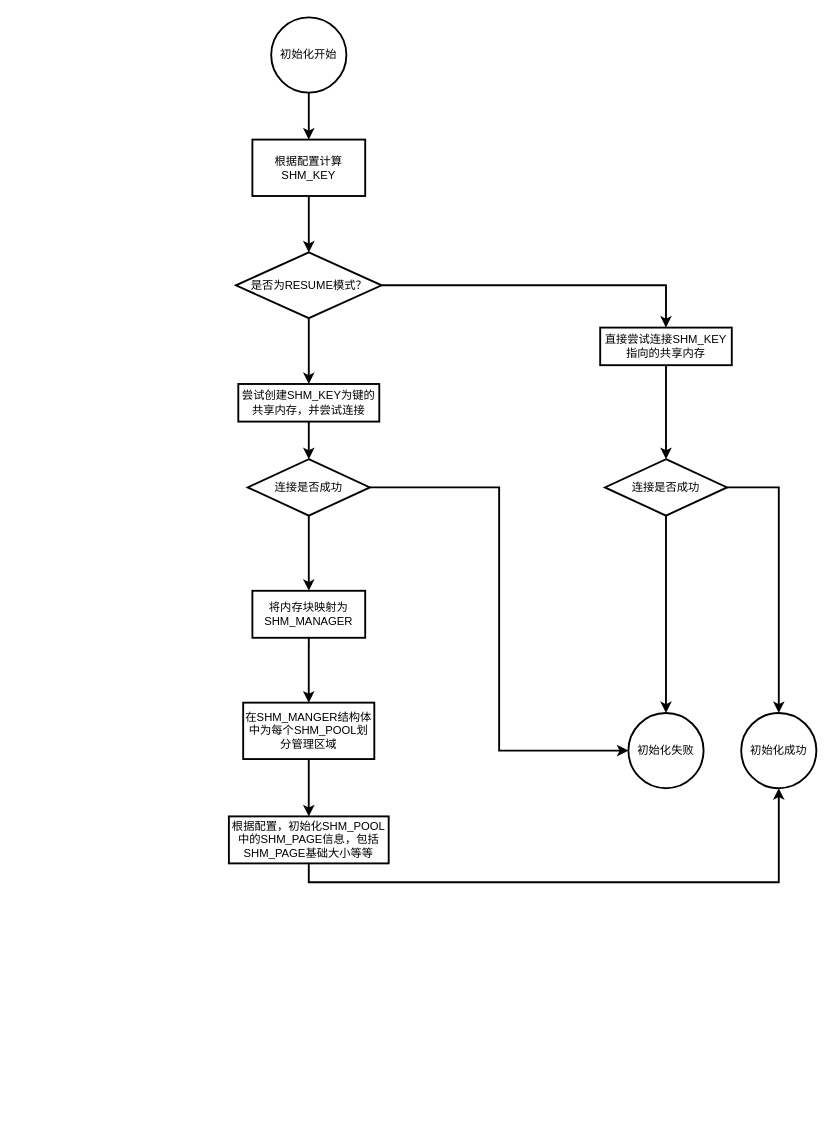
FAKERINHEART/draw_folder keeps this draw.io diagram as LCT2.drawio. Above is the earlier version. Source tidied: cells renumbered, new cells numbered last; positions are measured from the earlier drawing's top-left corner, leaving out a move shared by most shapes. Both pictures are drawn from the tidied source at 94%, with x=0, y=0 at pixel (228, 17).
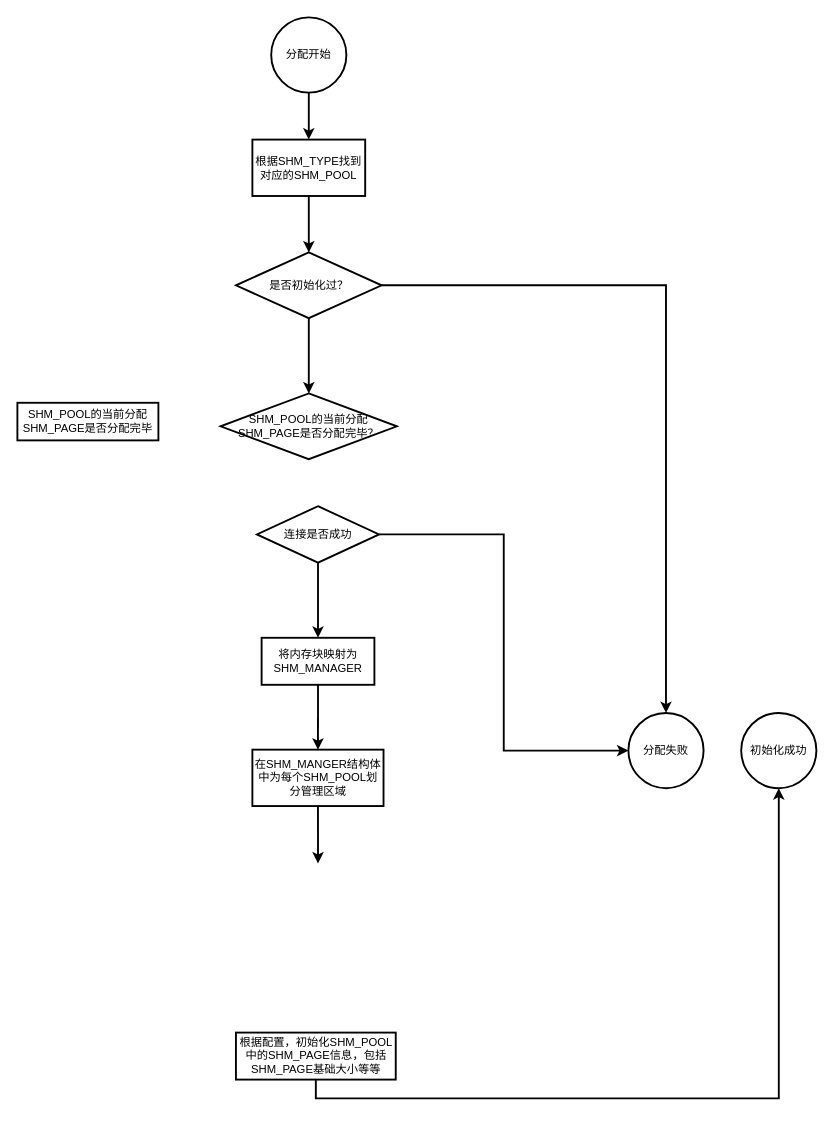
The same diagram, later.

Unchanged cells that the change refers to:
```xml
<mxCell id="11" value="初始化成功" style="ellipse;whiteSpace=wrap;html=1;strokeWidth=2;align=center;" parent="1" vertex="1">
  <mxGeometry x="545" y="740" width="80" height="80" as="geometry" />
</mxCell>
```

Diff of the diagram source:
```diff
@@
-    <mxCell id="3" value="初始化开始" style="ellipse;whiteSpace=wrap;html=1;strokeWidth=2;" parent="1" vertex="1">
+    <mxCell id="3" value="分配开始" style="ellipse;whiteSpace=wrap;html=1;strokeWidth=2;" parent="1" vertex="1">
       <mxGeometry x="45" width="80" height="80" as="geometry" />
     </mxCell>
@@
-    <mxCell id="5" value="根据配置计算SHM_KEY" style="rounded=0;whiteSpace=wrap;html=1;strokeWidth=2;" parent="1" vertex="1">
+    <mxCell id="5" value="根据SHM_TYPE找到对应的SHM_POOL" style="rounded=0;whiteSpace=wrap;html=1;strokeWidth=2;" parent="1" vertex="1">
       <mxGeometry x="25" y="130" width="120" height="60" as="geometry" />
     </mxCell>
-    <mxCell id="6" style="edgeStyle=orthogonalEdgeStyle;rounded=0;jettySize=auto;html=1;exitX=1;exitY=0.5;exitDx=0;exitDy=0;strokeWidth=2;" parent="1" edge="1" source="8" target="10">
+    <mxCell id="6" style="edgeStyle=orthogonalEdgeStyle;rounded=0;jettySize=auto;html=1;exitX=1;exitY=0.5;exitDx=0;exitDy=0;strokeWidth=2;" parent="1" edge="1" source="8" target="15">
       <mxGeometry relative="1" as="geometry">
         <Array as="points">
           <mxPoint x="465" y="285" />
         </Array>
       </mxGeometry>
     </mxCell>
-    <mxCell id="7" style="edgeStyle=orthogonalEdgeStyle;rounded=0;jettySize=auto;html=1;exitX=0.5;exitY=1;exitDx=0;exitDy=0;entryX=0.5;entryY=0;entryDx=0;entryDy=0;strokeWidth=2;" parent="1" edge="1" source="8" target="17">
-      <mxGeometry relative="1" as="geometry" />
-    </mxCell>
+    <mxCell id="27" style="edgeStyle=orthogonalEdgeStyle;rounded=0;jettySize=auto;html=1;exitX=0.5;exitY=1;exitDx=0;exitDy=0;strokeWidth=2;" parent="1" edge="1" source="8" target="28">
+      <mxGeometry relative="1" as="geometry" />
+    </mxCell>
-    <mxCell id="8" value="是否为RESUME模式？" style="rhombus;whiteSpace=wrap;html=1;strokeWidth=2;" parent="1" vertex="1">
+    <mxCell id="8" value="是否初始化过？" style="rhombus;whiteSpace=wrap;html=1;strokeWidth=2;" parent="1" vertex="1">
       <mxGeometry x="7.5" y="250" width="155" height="70" as="geometry" />
     </mxCell>
-    <mxCell id="9" style="edgeStyle=orthogonalEdgeStyle;rounded=0;jettySize=auto;html=1;exitX=0.5;exitY=1;exitDx=0;exitDy=0;entryX=0.5;entryY=0;entryDx=0;entryDy=0;strokeWidth=2;" parent="1" edge="1" source="10" target="14">
-      <mxGeometry relative="1" as="geometry" />
-    </mxCell>
-    <mxCell id="10" value="直接尝试连接SHM_KEY指向的共享内存" style="rounded=0;whiteSpace=wrap;html=1;strokeWidth=2;align=center;" parent="1" vertex="1">
-      <mxGeometry x="395" y="330" width="140" height="40" as="geometry" />
-    </mxCell>
@@
-    <mxCell id="12" style="edgeStyle=orthogonalEdgeStyle;rounded=0;jettySize=auto;html=1;exitX=0.5;exitY=1;exitDx=0;exitDy=0;strokeWidth=2;" parent="1" edge="1" source="14" target="15">
-      <mxGeometry relative="1" as="geometry" />
-    </mxCell>
-    <mxCell id="13" style="edgeStyle=orthogonalEdgeStyle;rounded=0;jettySize=auto;html=1;exitX=1;exitY=0.5;exitDx=0;exitDy=0;strokeWidth=2;" parent="1" edge="1" source="14" target="11">
-      <mxGeometry relative="1" as="geometry" />
-    </mxCell>
-    <mxCell id="14" value="连接是否成功" style="rhombus;whiteSpace=wrap;html=1;strokeWidth=2;align=center;" parent="1" vertex="1">
-      <mxGeometry x="400" y="470" width="130" height="60" as="geometry" />
-    </mxCell>
-    <mxCell id="15" value="初始化失败" style="ellipse;whiteSpace=wrap;html=1;strokeWidth=2;align=center;" parent="1" vertex="1">
+    <mxCell id="15" value="分配失败" style="ellipse;whiteSpace=wrap;html=1;strokeWidth=2;align=center;" parent="1" vertex="1">
       <mxGeometry x="425" y="740" width="80" height="80" as="geometry" />
     </mxCell>
-    <mxCell id="16" style="edgeStyle=orthogonalEdgeStyle;rounded=0;jettySize=auto;html=1;exitX=0.5;exitY=1;exitDx=0;exitDy=0;entryX=0.5;entryY=0;entryDx=0;entryDy=0;strokeWidth=2;" parent="1" edge="1" source="17" target="20">
-      <mxGeometry relative="1" as="geometry" />
-    </mxCell>
-    <mxCell id="17" value="尝试创建SHM_KEY为键的共享内存，并尝试连接" style="rounded=0;whiteSpace=wrap;html=1;strokeWidth=2;align=center;" parent="1" vertex="1">
-      <mxGeometry x="10" y="390" width="150" height="40" as="geometry" />
+    <mxCell id="17" value="SHM_POOL的当前分配SHM_PAGE是否分配完毕" style="rounded=0;whiteSpace=wrap;html=1;strokeWidth=2;align=center;" parent="1" vertex="1">
+      <mxGeometry x="-225" y="410" width="150" height="40" as="geometry" />
     </mxCell>
@@
     <mxCell id="20" value="连接是否成功" style="rhombus;whiteSpace=wrap;html=1;strokeWidth=2;align=center;" parent="1" vertex="1">
-      <mxGeometry x="20" y="470" width="130" height="60" as="geometry" />
+      <mxGeometry x="29.8" y="520" width="130" height="60" as="geometry" />
     </mxCell>
@@
     <mxCell id="22" value="将内存块映射为SHM_MANAGER" style="rounded=0;whiteSpace=wrap;html=1;strokeWidth=2;align=center;" parent="1" vertex="1">
-      <mxGeometry x="25" y="610" width="120" height="50" as="geometry" />
+      <mxGeometry x="34.8" y="660" width="120" height="50" as="geometry" />
     </mxCell>
-    <mxCell id="23" style="edgeStyle=orthogonalEdgeStyle;rounded=0;jettySize=auto;html=1;exitX=0.5;exitY=1;exitDx=0;exitDy=0;entryX=0.5;entryY=0;entryDx=0;entryDy=0;strokeWidth=2;" parent="1" edge="1" source="24" target="26">
-      <mxGeometry relative="1" as="geometry" />
+    <mxCell id="23" style="edgeStyle=orthogonalEdgeStyle;rounded=0;jettySize=auto;html=1;exitX=0.5;exitY=1;exitDx=0;exitDy=0;entryX=0.5;entryY=0;entryDx=0;entryDy=0;strokeWidth=2;" parent="1" edge="1" source="24">
+      <mxGeometry relative="1" as="geometry">
+        <mxPoint x="94.8" y="900" as="targetPoint" />
+      </mxGeometry>
     </mxCell>
     <mxCell id="24" value="在SHM_MANGER结构体中为每个SHM_POOL划分管理区域" style="rounded=0;whiteSpace=wrap;html=1;strokeWidth=2;align=center;" parent="1" vertex="1">
-      <mxGeometry x="15.2" y="729" width="139.5" height="60" as="geometry" />
+      <mxGeometry x="25" y="779" width="139.5" height="60" as="geometry" />
     </mxCell>
@@
     <mxCell id="26" value="&lt;span&gt;根据配置，初始化SHM_POOL中的SHM_PAGE信息，包括SHM_PAGE基础大小等等&lt;/span&gt;" style="rounded=0;whiteSpace=wrap;html=1;strokeWidth=2;align=center;" parent="1" vertex="1">
-      <mxGeometry y="850" width="170" height="50" as="geometry" />
+      <mxGeometry x="7.5" y="1080" width="170" height="50" as="geometry" />
     </mxCell>
+    <mxCell id="28" value="SHM_POOL的当前分配SHM_PAGE是否分配完毕？" style="rhombus;whiteSpace=wrap;html=1;strokeWidth=2;" parent="1" vertex="1">
+      <mxGeometry x="-8.8" y="400" width="187.5" height="70" as="geometry" />
+    </mxCell>
```
